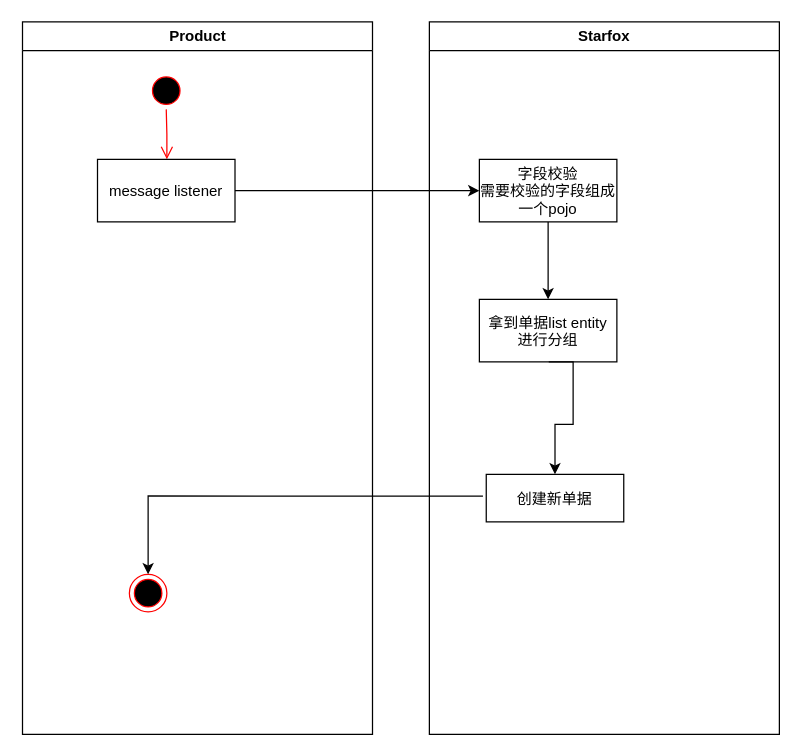
Earlier version of the draw.io diagram Untitled Diagram.drawio (Wuxy-Bleu/test). Source tidied: cells renumbered, new cells numbered last; positions are measured from the earlier drawing's top-left corner, leaving out a move shared by most shapes. Both pictures are drawn from the tidied source at 125%, with x=0, y=0 at pixel (21, 21).
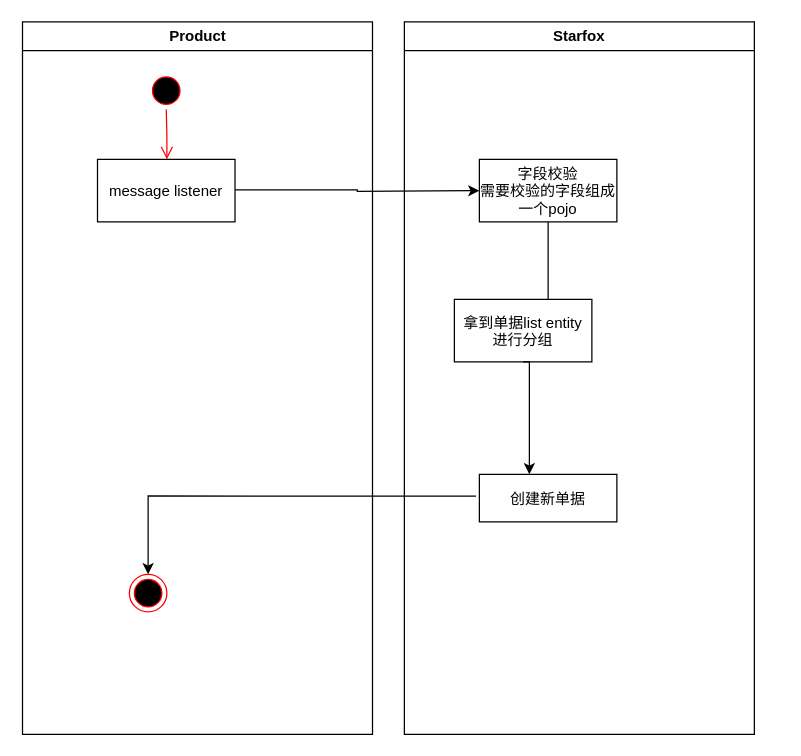
After the change.

Diff of the diagram source:
```diff
@@
 <mxGraphModel>
   <root>
     <mxCell id="0" />
     <mxCell id="1" parent="0" />
     <mxCell id="2" value="Product" style="swimlane;whiteSpace=wrap;" parent="1" vertex="1">
       <mxGeometry x="0.5" width="280" height="570" as="geometry" />
     </mxCell>
     <mxCell id="3" style="ellipse;shape=startState;fillColor=#000000;strokeColor=#ff0000;" parent="2" vertex="1">
       <mxGeometry x="100" y="40" width="30" height="30" as="geometry" />
     </mxCell>
     <mxCell id="4" style="edgeStyle=elbowEdgeStyle;elbow=horizontal;verticalAlign=bottom;endArrow=open;endSize=8;strokeColor=#FF0000;endFill=1;rounded=0;" parent="2" edge="1" source="3" target="5">
       <mxGeometry x="100" y="40" as="geometry" />
     </mxCell>
     <mxCell id="5" value="message listener" parent="2" vertex="1">
       <mxGeometry x="60" y="110" width="110" height="50" as="geometry" />
     </mxCell>
     <mxCell id="6" style="ellipse;shape=endState;fillColor=#000000;strokeColor=#ff0000;" parent="2" vertex="1">
       <mxGeometry x="85.5" y="442" width="30" height="30" as="geometry" />
     </mxCell>
     <mxCell id="7" value="Starfox" style="swimlane;whiteSpace=wrap;" parent="1" vertex="1">
-      <mxGeometry x="326" width="280" height="570" as="geometry" />
+      <mxGeometry x="306" width="280" height="570" as="geometry" />
     </mxCell>
     <mxCell id="8" style="edgeStyle=orthogonalEdgeStyle;rounded=0;jettySize=auto;html=1;exitX=0.5;exitY=1;exitDx=0;exitDy=0;entryX=0.5;entryY=0;entryDx=0;entryDy=0;" parent="7" edge="1" source="9" target="10">
-      <mxGeometry relative="1" as="geometry" />
+      <mxGeometry relative="1" as="geometry">
+        <Array as="points">
+          <mxPoint x="115" y="242" />
+          <mxPoint x="95" y="242" />
+        </Array>
+      </mxGeometry>
     </mxCell>
     <mxCell id="9" value="字段校验&#10;需要校验的字段组成&#10;一个pojo" parent="7" vertex="1">
-      <mxGeometry x="40" y="110" width="110" height="50" as="geometry" />
+      <mxGeometry x="60" y="110" width="110" height="50" as="geometry" />
     </mxCell>
     <mxCell id="10" value="拿到单据list entity&#10;进行分组" parent="7" vertex="1">
       <mxGeometry x="40" y="222" width="110" height="50" as="geometry" />
     </mxCell>
     <mxCell id="11" value="创建新单据" parent="7" vertex="1">
-      <mxGeometry x="45.5" y="362" width="110" height="38" as="geometry" />
+      <mxGeometry x="60" y="362" width="110" height="38" as="geometry" />
     </mxCell>
     <mxCell id="12" style="edgeStyle=orthogonalEdgeStyle;rounded=0;orthogonalLoop=1;jettySize=auto;html=1;" parent="7" edge="1">
       <mxGeometry relative="1" as="geometry">
-        <mxPoint x="95.5" y="272" as="sourcePoint" />
-        <mxPoint x="100.5" y="362" as="targetPoint" />
+        <mxPoint x="95" y="272" as="sourcePoint" />
+        <mxPoint x="100" y="362" as="targetPoint" />
         <Array as="points">
-          <mxPoint x="115" y="272" />
-          <mxPoint x="115" y="322" />
-          <mxPoint x="101" y="322" />
+          <mxPoint x="100" y="272" />
         </Array>
       </mxGeometry>
     </mxCell>
-    <mxCell id="13" style="edgeStyle=orthogonalEdgeStyle;rounded=0;jettySize=auto;html=1;exitX=1;exitY=0.5;exitDx=0;exitDy=0;" parent="1" edge="1" source="5">
+    <mxCell id="13" style="edgeStyle=orthogonalEdgeStyle;rounded=0;jettySize=auto;html=1;exitX=1.001;exitY=0.487;exitDx=0;exitDy=0;exitPerimeter=0;" parent="1" edge="1" source="5">
       <mxGeometry relative="1" as="geometry">
         <mxPoint x="366" y="135" as="targetPoint" />
       </mxGeometry>
     </mxCell>
     <mxCell id="14" style="edgeStyle=orthogonalEdgeStyle;rounded=0;jettySize=auto;html=1;exitX=-0.024;exitY=0.456;exitDx=0;exitDy=0;exitPerimeter=0;" parent="1" edge="1" source="11" target="6">
       <mxGeometry relative="1" as="geometry" />
     </mxCell>
   </root>
 </mxGraphModel>
```
